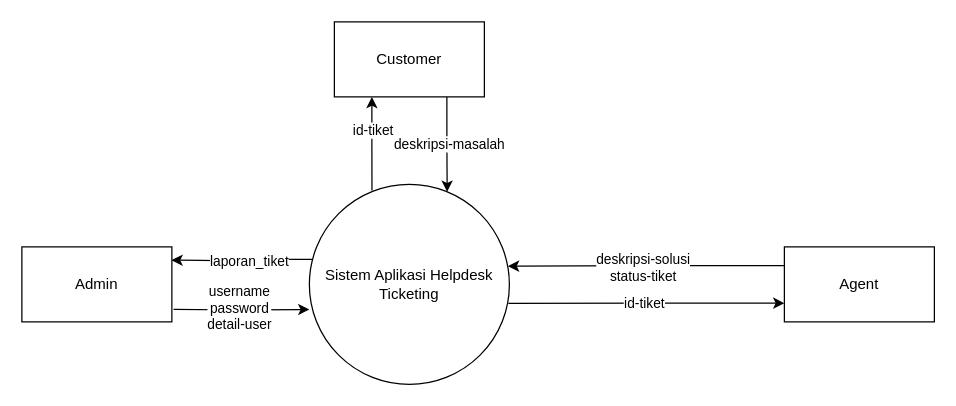
Before: skripsi-dfdk.drawio in raflialkindhi/graph-save, a draw.io diagram. Source tidied: cells renumbered, new cells numbered last; positions are measured from the earlier drawing's top-left corner, leaving out a move shared by most shapes. Both pictures are drawn from the tidied source at 125%, with x=0, y=0 at pixel (21, 21).
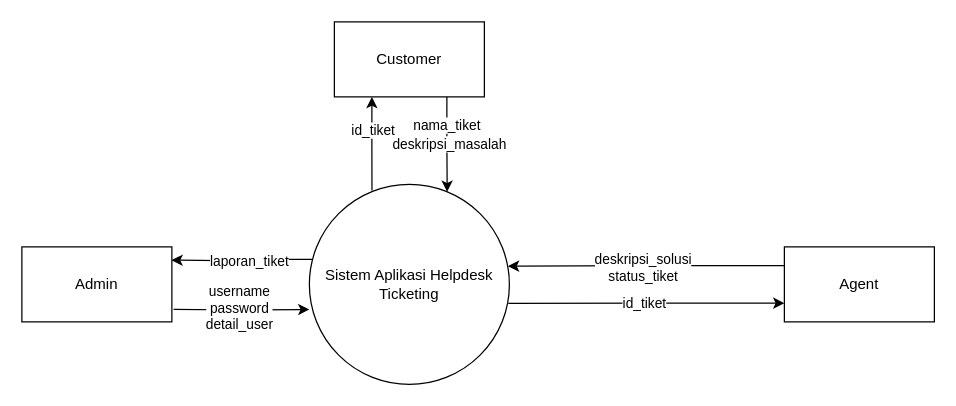
The same diagram, later.

The change refers to these unchanged cells:
```xml
<mxCell id="5" style="edgeStyle=orthogonalEdgeStyle;rounded=0;jettySize=auto;html=1;exitX=0;exitY=0.25;exitDx=0;exitDy=0;entryX=0.993;entryY=0.409;entryDx=0;entryDy=0;entryPerimeter=0;" parent="1" edge="1" source="9" target="4">
  <mxGeometry relative="1" as="geometry" />
</mxCell>
<mxCell id="7" style="edgeStyle=orthogonalEdgeStyle;rounded=0;jettySize=auto;html=1;exitX=0;exitY=0.75;exitDx=0;exitDy=0;entryX=0.995;entryY=0.595;entryDx=0;entryDy=0;entryPerimeter=0;startArrow=classic;startFill=1;endArrow=none;endFill=0;" parent="1" edge="1" source="9" target="4">
  <mxGeometry relative="1" as="geometry" />
</mxCell>
<mxCell id="10" style="edgeStyle=orthogonalEdgeStyle;rounded=0;orthogonalLoop=1;jettySize=auto;html=1;entryX=-0.009;entryY=0.407;entryDx=0;entryDy=0;exitX=1;exitY=0.25;exitDx=0;exitDy=0;entryPerimeter=0;" parent="1" edge="1">
  <mxGeometry relative="1" as="geometry">
    <mxPoint x="121.4" y="230" as="sourcePoint" />
    <mxPoint x="230" y="230.1" as="targetPoint" />
  </mxGeometry>
</mxCell>
<mxCell id="13" style="edgeStyle=orthogonalEdgeStyle;rounded=0;jettySize=auto;html=1;exitX=0.75;exitY=1;exitDx=0;exitDy=0;entryX=0.689;entryY=0.037;entryDx=0;entryDy=0;entryPerimeter=0;" parent="1" edge="1" source="17" target="4">
  <mxGeometry relative="1" as="geometry" />
</mxCell>
<mxCell id="15" style="edgeStyle=orthogonalEdgeStyle;rounded=0;jettySize=auto;html=1;exitX=0.25;exitY=1;exitDx=0;exitDy=0;entryX=0.313;entryY=0.031;entryDx=0;entryDy=0;entryPerimeter=0;endArrow=none;endFill=0;startArrow=classic;startFill=1;" parent="1" edge="1" source="17" target="4">
  <mxGeometry relative="1" as="geometry" />
</mxCell>
```

What changed in the source:
```diff
@@
-    <mxCell id="6" value="&lt;div&gt;deskripsi-solusi&lt;/div&gt;&lt;div&gt;status-tiket&lt;br&gt;&lt;/div&gt;" style="edgeLabel;html=1;align=center;verticalAlign=middle;" parent="5" vertex="1">
+    <mxCell id="6" value="&lt;div&gt;deskripsi_solusi&lt;/div&gt;&lt;div&gt;status_tiket&lt;br&gt;&lt;/div&gt;" style="edgeLabel;html=1;align=center;verticalAlign=middle;" parent="5" vertex="1">
       <mxGeometry x="0.03" y="1" relative="1" as="geometry" />
     </mxCell>
@@
-    <mxCell id="8" value="id-tiket" style="edgeLabel;html=1;align=center;verticalAlign=middle;" parent="7" vertex="1">
+    <mxCell id="8" value="id_tiket" style="edgeLabel;html=1;align=center;verticalAlign=middle;" parent="7" vertex="1">
       <mxGeometry x="0.02" y="-1" relative="1" as="geometry" />
     </mxCell>
@@
-    <mxCell id="11" value="&lt;div&gt;username&lt;/div&gt;&lt;div&gt;password&lt;/div&gt;&lt;div&gt;detail-user&lt;br&gt;&lt;/div&gt;" style="edgeLabel;html=1;align=center;verticalAlign=middle;" parent="10" vertex="1">
+    <mxCell id="11" value="&lt;div&gt;username&lt;/div&gt;&lt;div&gt;password&lt;/div&gt;&lt;div&gt;detail_user&lt;br&gt;&lt;/div&gt;" style="edgeLabel;html=1;align=center;verticalAlign=middle;" parent="10" vertex="1">
       <mxGeometry x="-0.05" y="2" relative="1" as="geometry" />
     </mxCell>
@@
-    <mxCell id="14" value="deskripsi-masalah" style="edgeLabel;html=1;align=center;verticalAlign=middle;" parent="13" vertex="1">
+    <mxCell id="14" value="deskripsi_masalah" style="edgeLabel;html=1;align=center;verticalAlign=middle;" parent="13" vertex="1">
       <mxGeometry y="1" relative="1" as="geometry" />
     </mxCell>
+    <mxCell id="18" value="nama_tiket" style="edgeLabel;html=1;align=center;verticalAlign=middle;" parent="13" vertex="1">
+      <mxGeometry x="-0.38" y="-1" relative="1" as="geometry">
+        <mxPoint y="-2" as="offset" />
+      </mxGeometry>
+    </mxCell>
@@
-    <mxCell id="16" value="id-tiket" style="edgeLabel;html=1;align=center;verticalAlign=middle;" parent="15" vertex="1">
+    <mxCell id="16" value="id_tiket" style="edgeLabel;html=1;align=center;verticalAlign=middle;" parent="15" vertex="1">
       <mxGeometry x="-0.26" y="1" relative="1" as="geometry">
         <mxPoint x="-1" y="-2" as="offset" />
       </mxGeometry>
     </mxCell>
```
